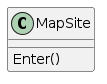
Before: factorypatterns/images/main.png, a diagram exported from PlantUML (bd878/patterns). The source it was exported from:
```plantuml
@startuml
class MapSite {
  Enter()
}
@enduml
```
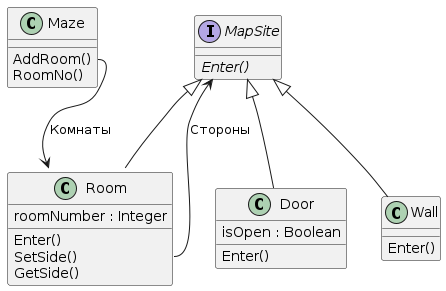
The same diagram one commit later.

Commit message:
describe factory patterns with uml

What changed in the source:
```diff
@@ -1,5 +1,29 @@
 @startuml
-class MapSite {
+
+MapSite <|-- Room
+MapSite <|-- Wall
+MapSite <|-- Door
+Room::SetSide --> MapSite : Стороны
+Maze::AddRoom --> Room : Комнаты
+
+interface MapSite {
+  {abstract} Enter()
+}
+class Maze {
+  AddRoom()
+  RoomNo()
+}
+class Room {
+  Enter()
+  SetSide()
+  GetSide()
+  roomNumber : Integer
+}
+class Wall {
   Enter()
 }
+class Door {
+  Enter()
+  isOpen : Boolean
+}
 @enduml
```
